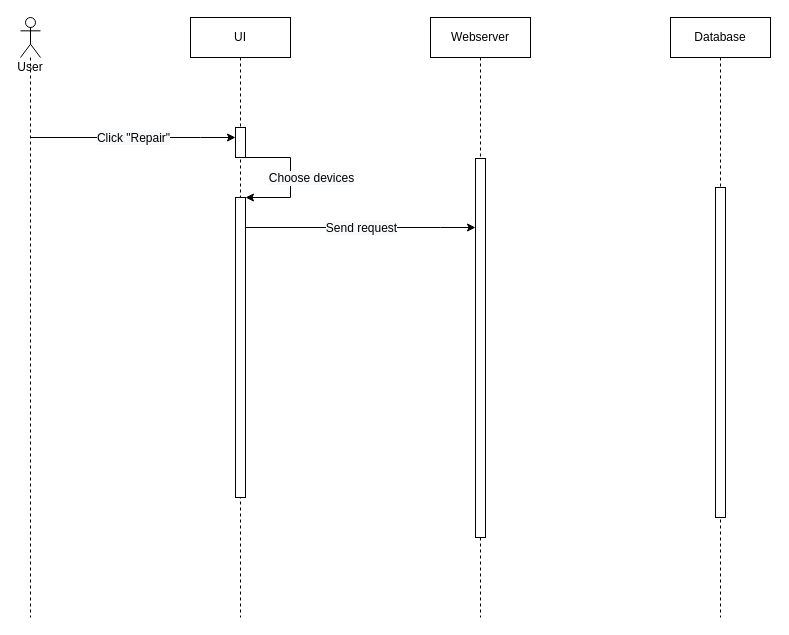
Before: page "SD-Repair" (9 of 10) of docs/diagrams/Class Diagram.drawio in PhungThanhTu/assets-management-system, a draw.io diagram. Source tidied: cells renumbered, new cells numbered last; positions are measured from the earlier drawing's top-left corner, leaving out a move shared by most shapes. Both pictures are drawn from the tidied source at 100%, with x=0, y=0 at pixel (20, 17).
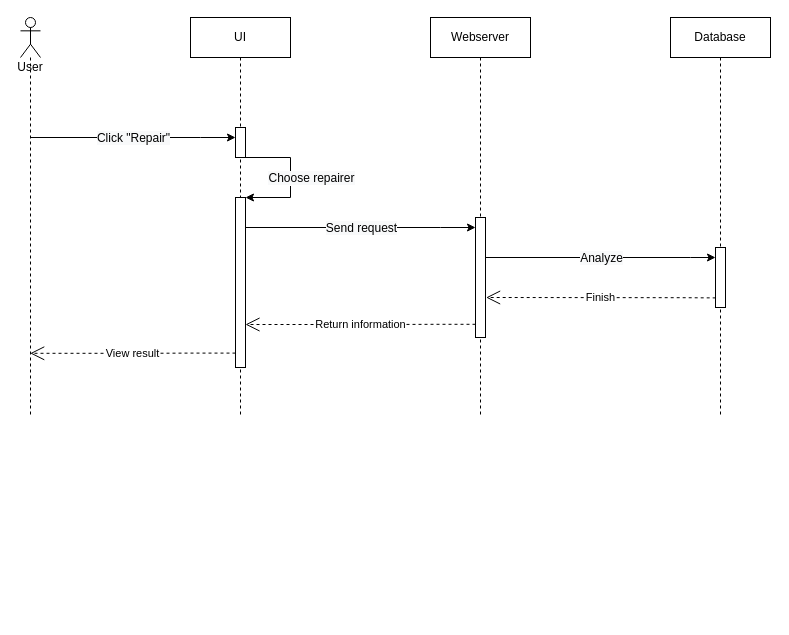
The same diagram, later.

Unchanged cells that the change refers to:
```xml
<mxCell id="10" style="endArrow=classic;html=1;rounded=0;" parent="1" edge="1" source="8" target="9">
  <mxGeometry relative="1" as="geometry">
    <Array as="points">
      <mxPoint x="270" y="140" />
      <mxPoint x="270" y="180" />
    </Array>
  </mxGeometry>
</mxCell>
```

Change to the diagram source:
```diff
@@
     <mxCell id="2" value="User" style="shape=umlLifeline;participant=umlActor;perimeter=lifelinePerimeter;whiteSpace=wrap;html=1;verticalAlign=top;spacingTop=36;" parent="1" vertex="1">
-      <mxGeometry width="20" height="600" as="geometry" />
+      <mxGeometry width="20" height="400" as="geometry" />
     </mxCell>
     <mxCell id="3" value="Database" style="shape=umlLifeline;perimeter=lifelinePerimeter;whiteSpace=wrap;html=1;" parent="1" vertex="1">
-      <mxGeometry x="650" width="100" height="600" as="geometry" />
+      <mxGeometry x="650" width="100" height="400" as="geometry" />
     </mxCell>
     <mxCell id="4" style="html=1;perimeter=orthogonalPerimeter;" parent="3" vertex="1">
-      <mxGeometry x="45" y="170" width="10" height="330" as="geometry" />
+      <mxGeometry x="45" y="230" width="10" height="60" as="geometry" />
     </mxCell>
     <mxCell id="5" value="UI" style="shape=umlLifeline;perimeter=lifelinePerimeter;whiteSpace=wrap;html=1;" parent="1" vertex="1">
-      <mxGeometry x="170" width="100" height="600" as="geometry" />
+      <mxGeometry x="170" width="100" height="400" as="geometry" />
     </mxCell>
     <mxCell id="6" value="Webserver" style="shape=umlLifeline;perimeter=lifelinePerimeter;whiteSpace=wrap;html=1;" parent="1" vertex="1">
-      <mxGeometry x="410" width="100" height="600" as="geometry" />
+      <mxGeometry x="410" width="100" height="400" as="geometry" />
     </mxCell>
     <mxCell id="7" style="html=1;perimeter=orthogonalPerimeter;" parent="6" vertex="1">
-      <mxGeometry x="45" y="141" width="10" height="379" as="geometry" />
+      <mxGeometry x="45" y="200" width="10" height="120" as="geometry" />
     </mxCell>
@@
     <mxCell id="9" style="html=1;points=[];perimeter=orthogonalPerimeter;" parent="1" vertex="1">
-      <mxGeometry x="215" y="180" width="10" height="300" as="geometry" />
+      <mxGeometry x="215" y="180" width="10" height="170" as="geometry" />
     </mxCell>
@@
-    <mxCell id="11" value="&lt;span style=&quot;font-size: 12px ; background-color: rgb(248 , 249 , 250)&quot;&gt;Choose devices&lt;/span&gt;" style="edgeLabel;html=1;align=center;verticalAlign=middle;" parent="10" vertex="1">
+    <mxCell id="11" value="&lt;span style=&quot;font-size: 12px ; background-color: rgb(248 , 249 , 250)&quot;&gt;Choose repairer&lt;/span&gt;" style="edgeLabel;html=1;align=center;verticalAlign=middle;" parent="10" vertex="1">
       <mxGeometry relative="1" as="geometry">
         <mxPoint x="20" as="offset" />
       </mxGeometry>
     </mxCell>
@@
+    <mxCell id="16" style="endArrow=classic;html=1;rounded=0;" parent="1" edge="1">
+      <mxGeometry relative="1" as="geometry">
+        <mxPoint x="465" y="240" as="sourcePoint" />
+        <mxPoint x="695" y="240" as="targetPoint" />
+        <Array as="points">
+          <mxPoint x="670" y="240" />
+        </Array>
+      </mxGeometry>
+    </mxCell>
+    <mxCell id="17" value="&lt;span style=&quot;font-size: 12px ; background-color: rgb(248 , 249 , 250)&quot;&gt;Analyze&lt;/span&gt;" style="edgeLabel;html=1;align=center;verticalAlign=middle;" parent="16" vertex="1">
+      <mxGeometry relative="1" as="geometry" />
+    </mxCell>
+    <mxCell id="18" value="Finish" style="endArrow=open;endSize=12;dashed=1;html=1;rounded=0;entryX=1.056;entryY=0.283;entryDx=0;entryDy=0;entryPerimeter=0;exitX=0.016;exitY=0.852;exitDx=0;exitDy=0;exitPerimeter=0;horizontal=1;fontSize=11;" parent="1" edge="1">
+      <mxGeometry relative="1" as="geometry">
+        <mxPoint x="695.2" y="280.4" as="sourcePoint" />
+        <mxPoint x="465.6" y="280" as="targetPoint" />
+        <Array as="points">
+          <mxPoint x="660" y="280.2" />
+        </Array>
+      </mxGeometry>
+    </mxCell>
+    <mxCell id="19" value="Return information" style="endArrow=open;endSize=12;dashed=1;html=1;rounded=0;horizontal=1;fontSize=11;" parent="1" edge="1">
+      <mxGeometry relative="1" as="geometry">
+        <mxPoint x="455" y="306.8" as="sourcePoint" />
+        <mxPoint x="225" y="307" as="targetPoint" />
+        <Array as="points">
+          <mxPoint x="414.4" y="306.8" />
+          <mxPoint x="370" y="307" />
+        </Array>
+      </mxGeometry>
+    </mxCell>
+    <mxCell id="20" value="View result" style="endArrow=open;endSize=12;dashed=1;html=1;rounded=0;horizontal=1;fontSize=11;" parent="1" edge="1">
+      <mxGeometry relative="1" as="geometry">
+        <mxPoint x="215" y="335.6" as="sourcePoint" />
+        <mxPoint x="9.7" y="335.8" as="targetPoint" />
+        <Array as="points">
+          <mxPoint x="169.4" y="335.6" />
+          <mxPoint x="125" y="335.8" />
+        </Array>
+      </mxGeometry>
+    </mxCell>
```
